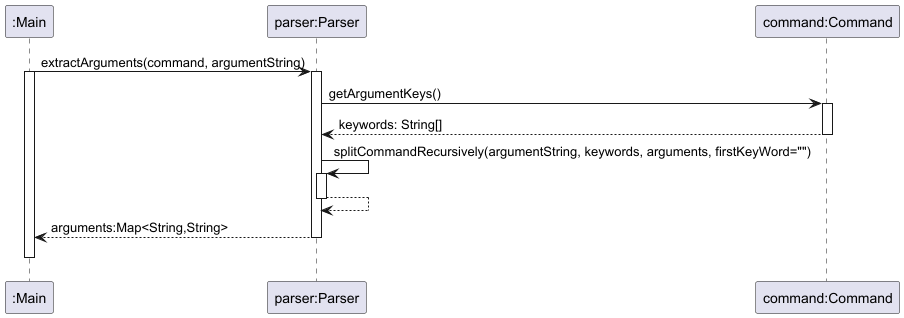
This is docs/diagrams/parser/extract-arguments-sequence.png from nus-cs2113-AY2425S1/tp, a PlantUML export, as it was before one commit.
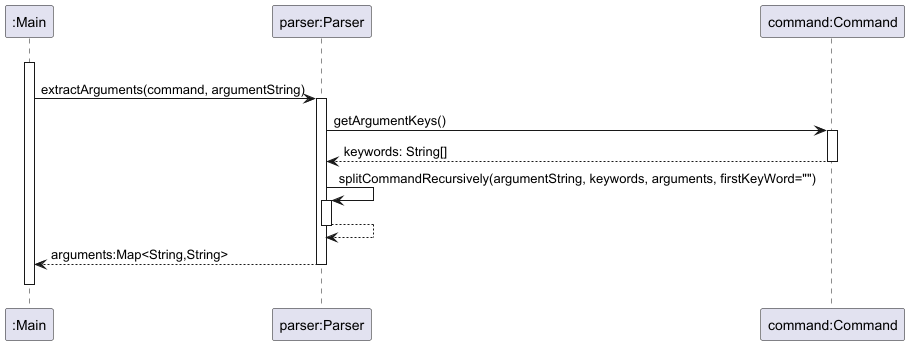
Above is the later version.

Commit message:
Change diagram and PPP

The edit, as a diff of the source:
```diff
@@ -1,9 +1,9 @@
 @startuml
 participant ":Main" as Main
-
+"Main" -[hidden]> "Main" :
+activate Main
 participant "parser:Parser" as Parser
 Main -> Parser: extractArguments(command, argumentString)
-activate Main
 activate Parser
 
 participant "command:Command" as Command
```
